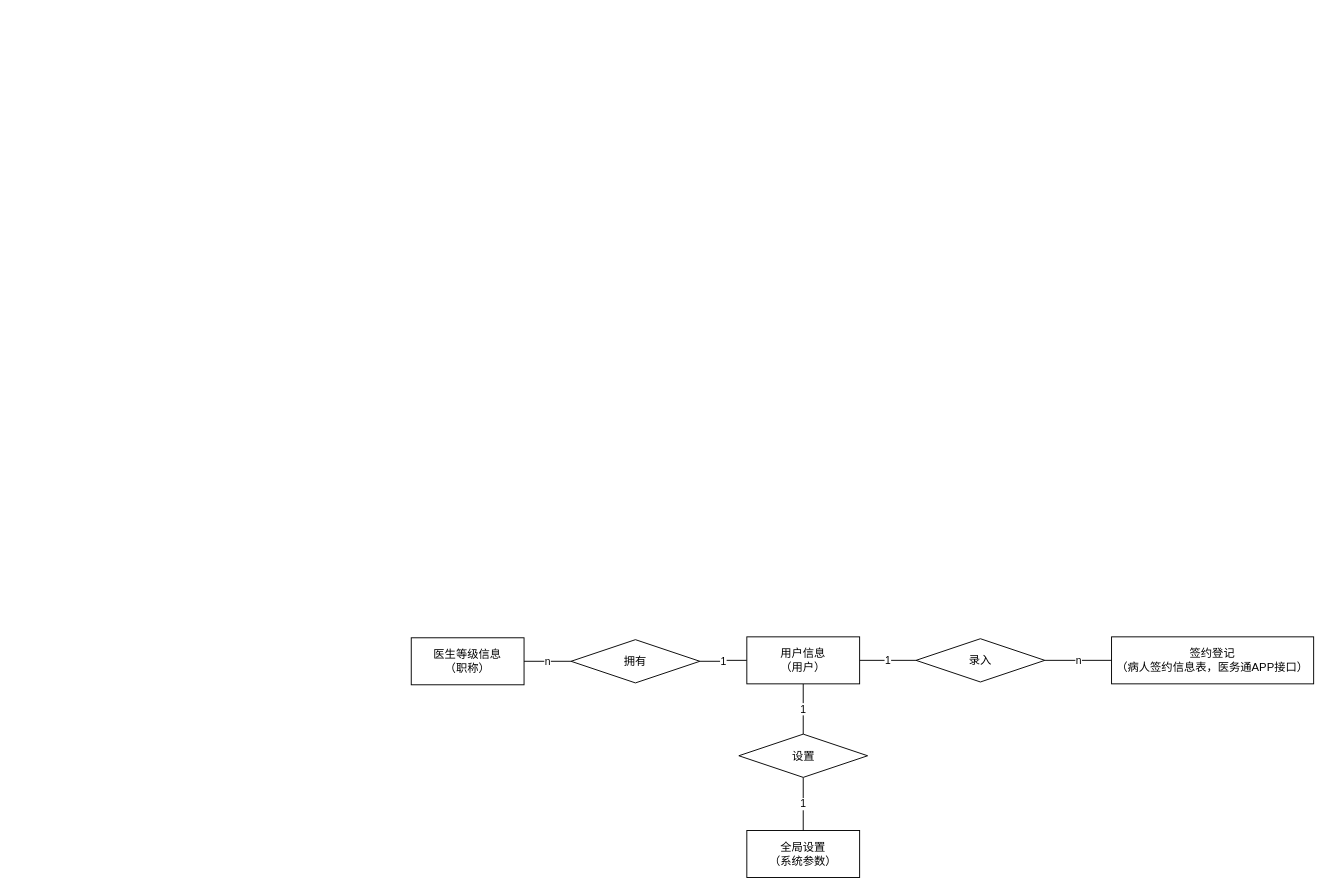
Earlier version of the draw.io diagram ER病人端.drawio (uonono/ioDraw). Source tidied: cells renumbered, new cells numbered last; positions are measured from the earlier drawing's top-left corner, leaving out a move shared by most shapes. Both pictures are drawn from the tidied source at 94%, with x=0, y=0 at pixel (411, 636).
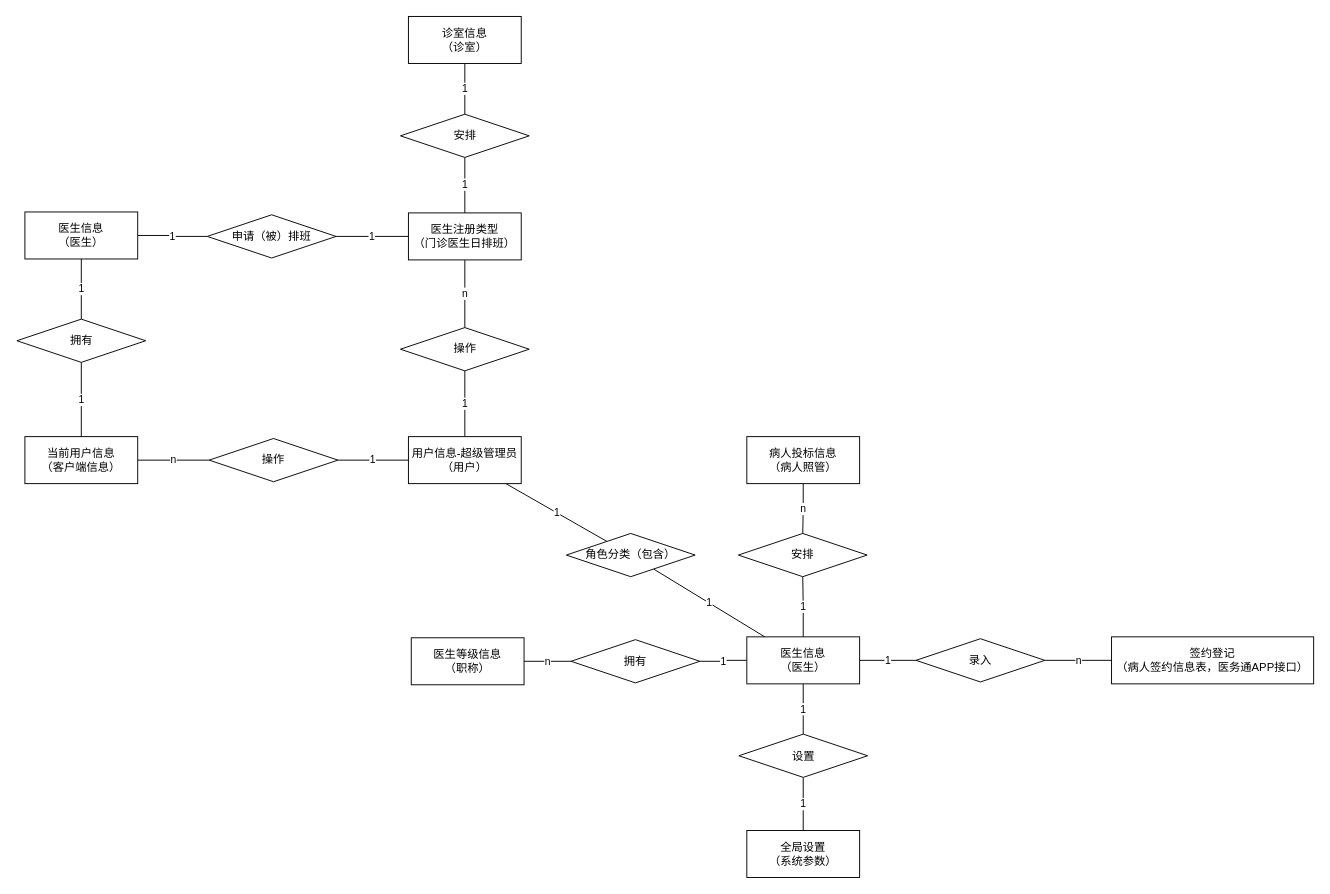
The same diagram, later.

Commit message (it also covers changes not shown here):
更新ER病人端.drawio

Diff of the diagram source:
```diff
@@
+    <mxCell id="15" value="1" style="edgeStyle=orthogonalEdgeStyle;rounded=0;jettySize=auto;html=1;endArrow=none;endFill=0;" parent="1" edge="1" source="5" target="18">
+      <mxGeometry relative="1" as="geometry" />
+    </mxCell>
-    <mxCell id="5" value="用户信息&lt;div&gt;（用户）&lt;/div&gt;" style="rounded=0;whiteSpace=wrap;html=1;" parent="1" vertex="1">
+    <mxCell id="5" value="&lt;div&gt;&lt;span style=&quot;background-color: initial;&quot;&gt;医生信息&lt;/span&gt;&lt;/div&gt;&lt;div&gt;（医生）&lt;/div&gt;" style="rounded=0;whiteSpace=wrap;html=1;" parent="1" vertex="1">
       <mxGeometry x="357" width="120" height="50" as="geometry" />
     </mxCell>
@@
+    <mxCell id="16" value="n" style="edgeStyle=orthogonalEdgeStyle;rounded=0;jettySize=auto;html=1;endArrow=none;endFill=0;" parent="1" edge="1" source="17" target="18">
+      <mxGeometry relative="1" as="geometry" />
+    </mxCell>
+    <mxCell id="17" value="病人投标信息&lt;div&gt;（病人照管）&lt;/div&gt;" style="rounded=0;whiteSpace=wrap;html=1;" parent="1" vertex="1">
+      <mxGeometry x="357" y="-213" width="120" height="50" as="geometry" />
+    </mxCell>
+    <mxCell id="18" value="安排" style="rhombus;whiteSpace=wrap;html=1;" parent="1" vertex="1">
+      <mxGeometry x="348" y="-110" width="137" height="46" as="geometry" />
+    </mxCell>
+    <mxCell id="19" value="1" style="rounded=0;jettySize=auto;html=1;endArrow=none;endFill=0;" parent="1" edge="1" source="22" target="24">
+      <mxGeometry relative="1" as="geometry" />
+    </mxCell>
+    <mxCell id="20" value="1" style="edgeStyle=orthogonalEdgeStyle;rounded=0;jettySize=auto;html=1;endArrow=none;endFill=0;" parent="1" edge="1" source="22" target="27">
+      <mxGeometry relative="1" as="geometry" />
+    </mxCell>
+    <mxCell id="21" value="1" style="edgeStyle=orthogonalEdgeStyle;rounded=0;jettySize=auto;html=1;endArrow=none;endFill=0;" parent="1" edge="1" source="22" target="37">
+      <mxGeometry relative="1" as="geometry" />
+    </mxCell>
+    <mxCell id="22" value="用户信息-超级管理员&lt;div&gt;（用户）&lt;/div&gt;" style="rounded=0;whiteSpace=wrap;html=1;" parent="1" vertex="1">
+      <mxGeometry x="-3" y="-213" width="120" height="50" as="geometry" />
+    </mxCell>
+    <mxCell id="23" value="1" style="rounded=0;jettySize=auto;html=1;endArrow=none;endFill=0;" parent="1" edge="1" source="24" target="5">
+      <mxGeometry relative="1" as="geometry" />
+    </mxCell>
+    <mxCell id="24" value="角色分类（包含）" style="rhombus;whiteSpace=wrap;html=1;" parent="1" vertex="1">
+      <mxGeometry x="165" y="-110" width="137" height="46" as="geometry" />
+    </mxCell>
+    <mxCell id="25" value="n" style="edgeStyle=orthogonalEdgeStyle;rounded=0;jettySize=auto;html=1;endArrow=none;endFill=0;" parent="1" edge="1" source="26" target="27">
+      <mxGeometry relative="1" as="geometry" />
+    </mxCell>
+    <mxCell id="26" value="当前用户信息&lt;div&gt;（客户端信息）&lt;/div&gt;" style="rounded=0;whiteSpace=wrap;html=1;" parent="1" vertex="1">
+      <mxGeometry x="-411" y="-213" width="120" height="50" as="geometry" />
+    </mxCell>
+    <mxCell id="27" value="操作" style="rhombus;whiteSpace=wrap;html=1;" parent="1" vertex="1">
+      <mxGeometry x="-215" y="-211" width="137" height="46" as="geometry" />
+    </mxCell>
+    <mxCell id="28" value="1" style="edgeStyle=orthogonalEdgeStyle;rounded=0;jettySize=auto;html=1;endArrow=none;endFill=0;" parent="1" edge="1" source="30" target="32">
+      <mxGeometry relative="1" as="geometry" />
+    </mxCell>
+    <mxCell id="29" value="1" style="edgeStyle=orthogonalEdgeStyle;rounded=0;jettySize=auto;html=1;endArrow=none;endFill=0;" parent="1" edge="1" source="30" target="38">
+      <mxGeometry relative="1" as="geometry" />
+    </mxCell>
+    <mxCell id="30" value="&lt;div&gt;&lt;span style=&quot;background-color: initial;&quot;&gt;医生信息&lt;/span&gt;&lt;/div&gt;&lt;div&gt;（医生）&lt;/div&gt;" style="rounded=0;whiteSpace=wrap;html=1;" parent="1" vertex="1">
+      <mxGeometry x="-411" y="-452" width="120" height="50" as="geometry" />
+    </mxCell>
+    <mxCell id="31" value="1" style="edgeStyle=orthogonalEdgeStyle;rounded=0;jettySize=auto;html=1;endArrow=none;endFill=0;" parent="1" edge="1" source="32" target="26">
+      <mxGeometry relative="1" as="geometry" />
+    </mxCell>
+    <mxCell id="32" value="拥有" style="rhombus;whiteSpace=wrap;html=1;" parent="1" vertex="1">
+      <mxGeometry x="-419.5" y="-338" width="137" height="46" as="geometry" />
+    </mxCell>
+    <mxCell id="33" value="n" style="edgeStyle=orthogonalEdgeStyle;rounded=0;jettySize=auto;html=1;endArrow=none;endFill=0;" parent="1" edge="1" source="36" target="37">
+      <mxGeometry relative="1" as="geometry" />
+    </mxCell>
+    <mxCell id="34" value="1" style="edgeStyle=orthogonalEdgeStyle;rounded=0;jettySize=auto;html=1;endArrow=none;endFill=0;" parent="1" edge="1" source="36" target="38">
+      <mxGeometry relative="1" as="geometry" />
+    </mxCell>
+    <mxCell id="35" value="1" style="edgeStyle=orthogonalEdgeStyle;rounded=0;jettySize=auto;html=1;endArrow=none;endFill=0;" parent="1" edge="1" source="36" target="41">
+      <mxGeometry relative="1" as="geometry" />
+    </mxCell>
+    <mxCell id="36" value="医生注册类型&lt;div&gt;（门诊医生日排班）&lt;/div&gt;" style="rounded=0;whiteSpace=wrap;html=1;" parent="1" vertex="1">
+      <mxGeometry x="-3" y="-451" width="120" height="50" as="geometry" />
+    </mxCell>
+    <mxCell id="37" value="操作" style="rhombus;whiteSpace=wrap;html=1;" parent="1" vertex="1">
+      <mxGeometry x="-11.5" y="-329" width="137" height="46" as="geometry" />
+    </mxCell>
+    <mxCell id="38" value="申请（被）排班" style="rhombus;whiteSpace=wrap;html=1;" parent="1" vertex="1">
+      <mxGeometry x="-217" y="-449" width="137" height="46" as="geometry" />
+    </mxCell>
+    <mxCell id="39" value="1" style="edgeStyle=orthogonalEdgeStyle;rounded=0;jettySize=auto;html=1;endArrow=none;endFill=0;" parent="1" edge="1" source="40" target="41">
+      <mxGeometry relative="1" as="geometry" />
+    </mxCell>
+    <mxCell id="40" value="诊室信息&lt;div&gt;（诊室）&lt;/div&gt;" style="rounded=0;whiteSpace=wrap;html=1;" parent="1" vertex="1">
+      <mxGeometry x="-3" y="-660" width="120" height="50" as="geometry" />
+    </mxCell>
+    <mxCell id="41" value="安排" style="rhombus;whiteSpace=wrap;html=1;" parent="1" vertex="1">
+      <mxGeometry x="-11.5" y="-556" width="137" height="46" as="geometry" />
+    </mxCell>
```
